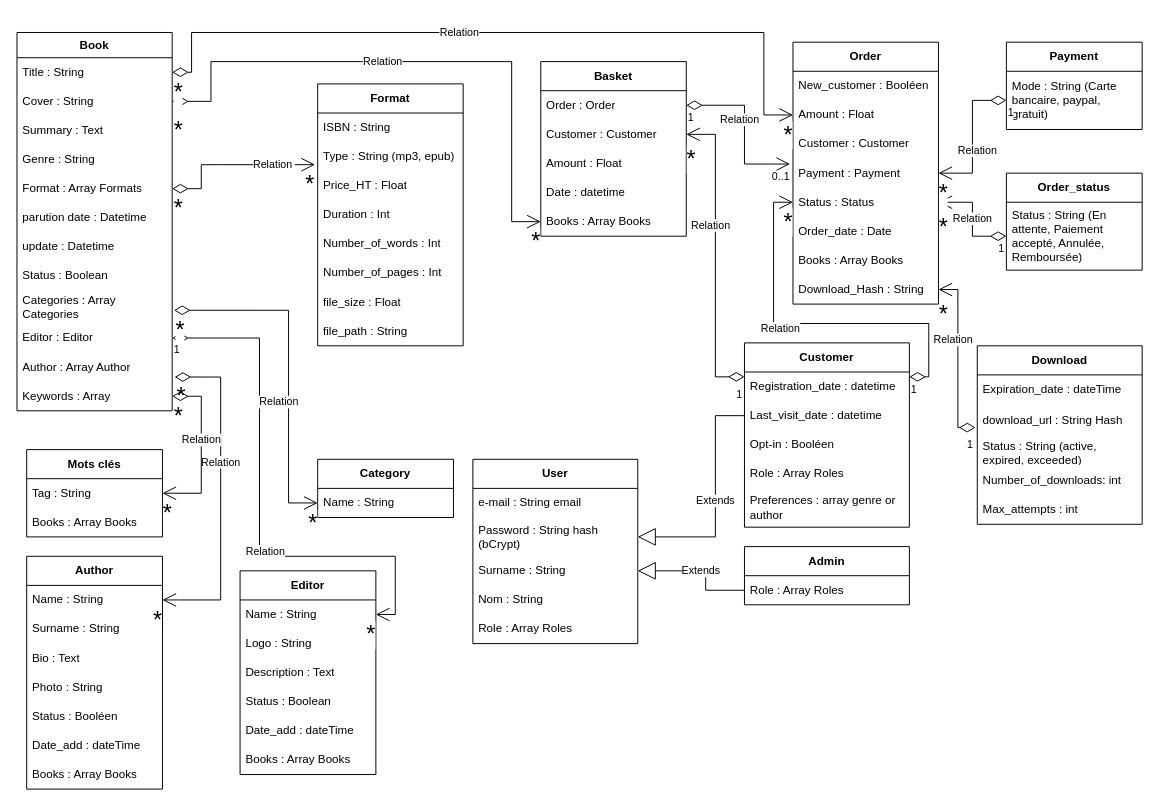
Above: classes_neobook.drawio in cbeauquel/Neobook (draw.io), before the change. Source tidied: cells renumbered, new cells numbered last; positions are measured from the earlier drawing's top-left corner, leaving out a move shared by most shapes. Both pictures are drawn from the tidied source at 97%, with x=0, y=0 at pixel (16, 32).
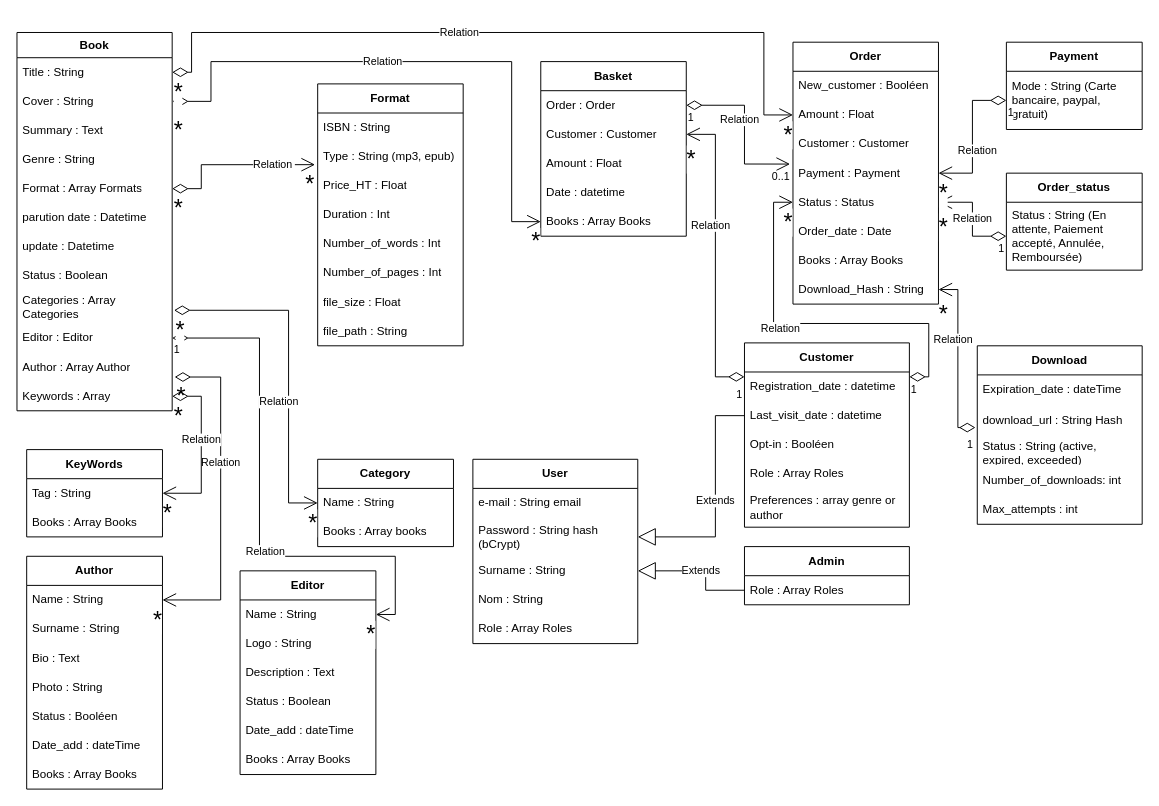
The same page after the edit.

Commit message:
Mettre à jour classes_neobook.drawio

What changed in the source:
```diff
@@
     <mxCell id="26" value="&lt;b&gt;Category&lt;/b&gt;" style="swimlane;fontStyle=0;horizontal=1;startSize=30;whiteSpace=wrap;html=1;" parent="1" vertex="1">
-      <mxGeometry x="310" y="440" width="140" height="60" as="geometry" />
+      <mxGeometry x="310" y="440" width="140" height="90" as="geometry" />
     </mxCell>
@@
+    <mxCell id="124" value="Books : Array books" style="text;strokeColor=none;fillColor=none;align=left;verticalAlign=middle;spacingLeft=4;spacingRight=4;overflow=hidden;whiteSpace=wrap;html=1;" parent="26" vertex="1">
+      <mxGeometry y="60" width="140" height="30" as="geometry" />
+    </mxCell>
@@
-    <mxCell id="90" value="&lt;b&gt;Mots clés&lt;/b&gt;" style="swimlane;fontStyle=0;horizontal=1;startSize=30;whiteSpace=wrap;html=1;" parent="1" vertex="1">
+    <mxCell id="90" value="&lt;b&gt;KeyWords&lt;/b&gt;" style="swimlane;fontStyle=0;horizontal=1;startSize=30;whiteSpace=wrap;html=1;" parent="1" vertex="1">
       <mxGeometry x="10" y="430" width="140" height="90" as="geometry" />
     </mxCell>
```
